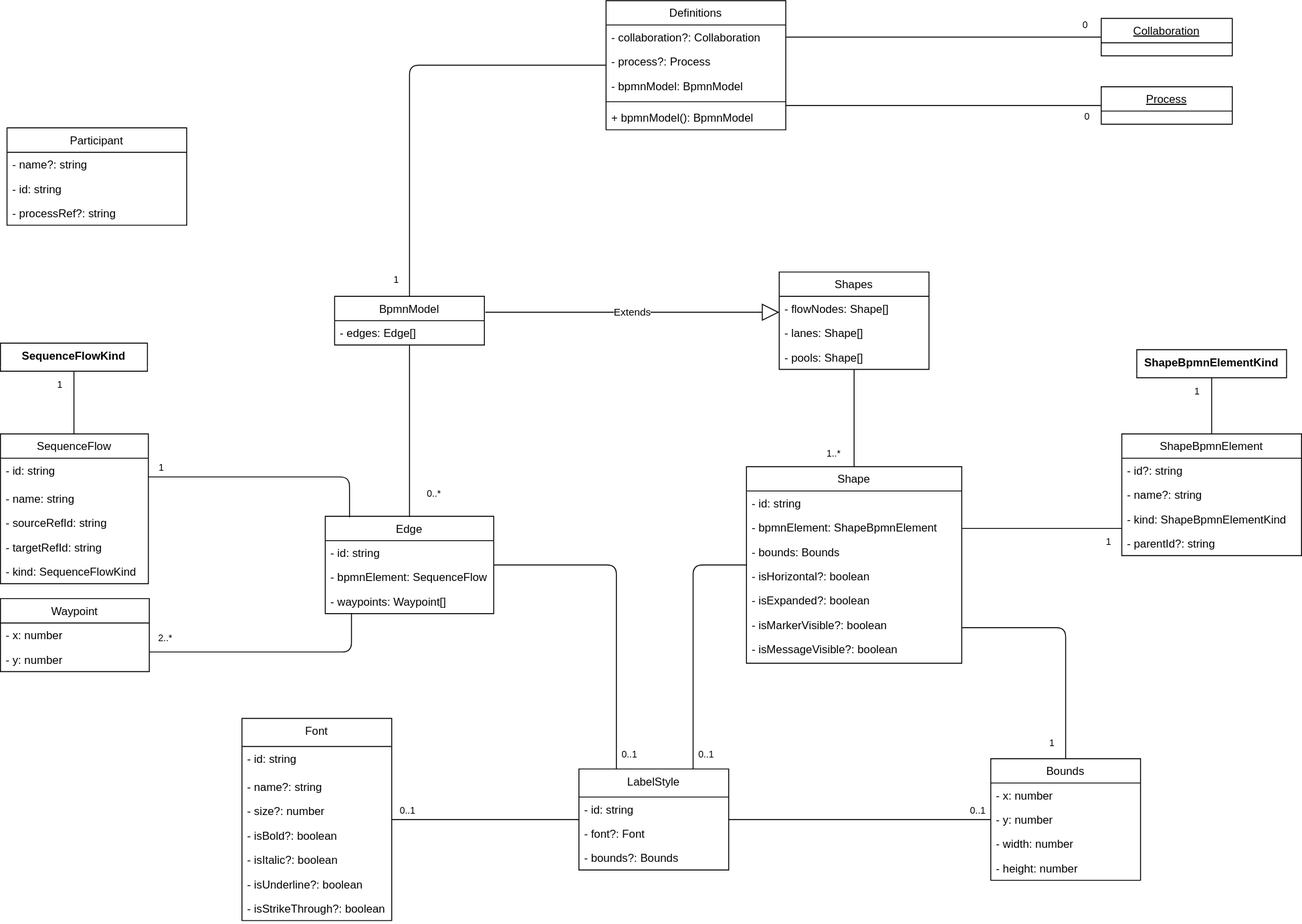
Above: docs/architecture/images/architecture/internal-model.svg in process-analytics/bpmn-visualization-js (draw.io), before the change. Source tidied: cells renumbered, new cells last; positions are measured from the earlier drawing's top-left corner, leaving out a move shared by most shapes.
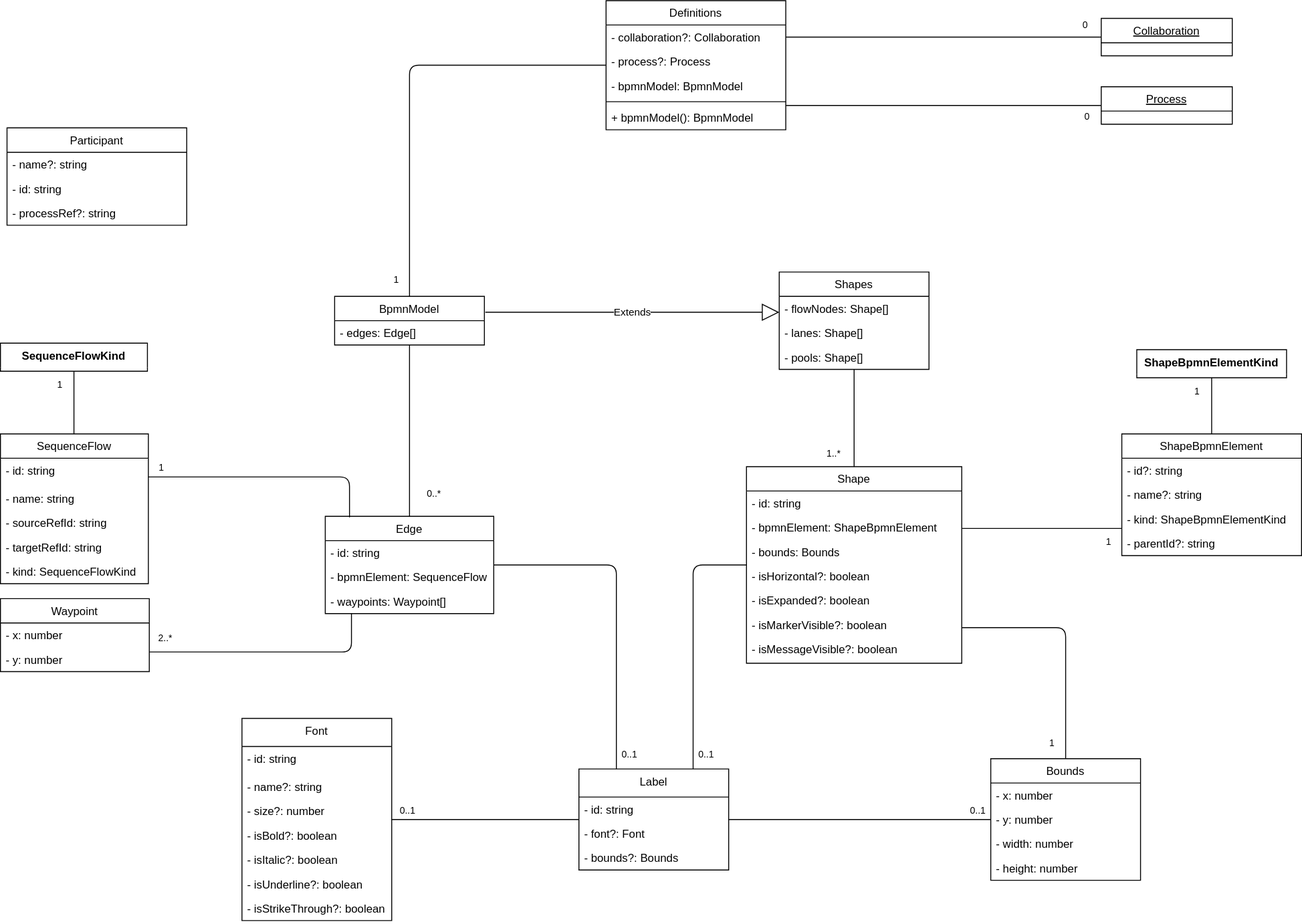
After the change.

Commit message:
Update the schema of the internal model

The edit, as a diff of the source:
```diff
@@ -346,7 +346,7 @@
     <mxCell id="93" style="html=1;align=right;verticalAlign=bottom;labelBackgroundColor=#ffffff;fontSize=10;shadow=0;" parent="91" vertex="1">
       <mxGeometry x="1" relative="1" as="geometry" />
     </mxCell>
-    <mxCell id="94" value="LabelStyle" style="swimlane;fontStyle=0;align=center;verticalAlign=top;horizontal=1;startSize=30;rounded=0;shadow=0;strokeWidth=1;" parent="1" vertex="1">
+    <mxCell id="94" value="Label" style="swimlane;fontStyle=0;align=center;verticalAlign=top;horizontal=1;startSize=30;rounded=0;shadow=0;strokeWidth=1;" parent="1" vertex="1">
       <mxGeometry x="618" y="821" width="160" height="108" as="geometry" />
     </mxCell>
     <mxCell id="95" value="- id: string" style="text;strokeColor=none;fillColor=none;align=left;verticalAlign=top;spacingLeft=4;spacingRight=4;overflow=hidden;shadow=0;" parent="94" vertex="1">
```
